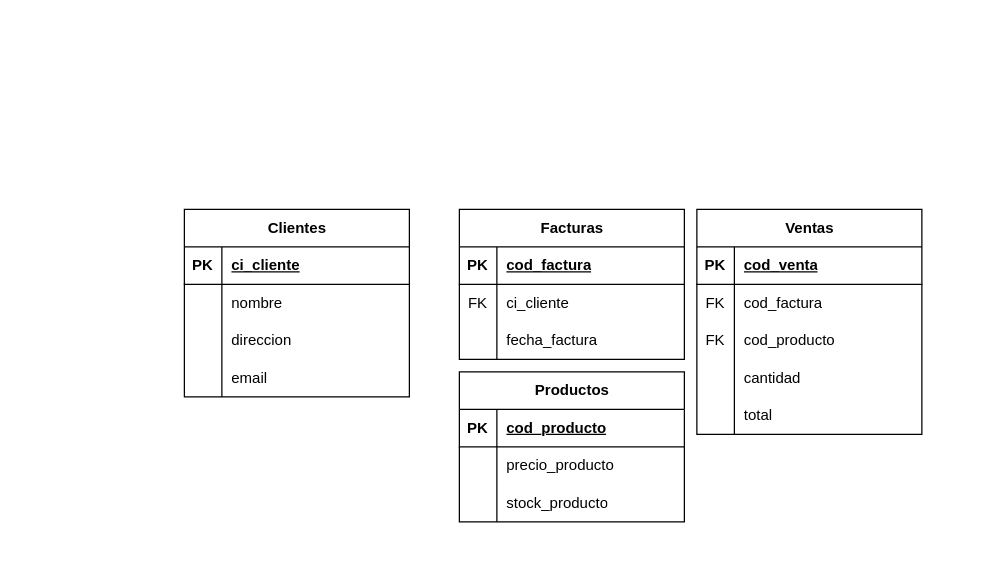
AlbanyNVRodriguez/draw---diagrams keeps this draw.io diagram as page "MR" (1 of 2) of automatizacion - ecommerce.drawio. Above is the earlier version. Source tidied: cells renumbered, new cells numbered last; positions are measured from the earlier drawing's top-left corner, leaving out a move shared by most shapes. Both pictures are drawn from the tidied source at 125%, with x=0, y=0 at pixel (184, 209).
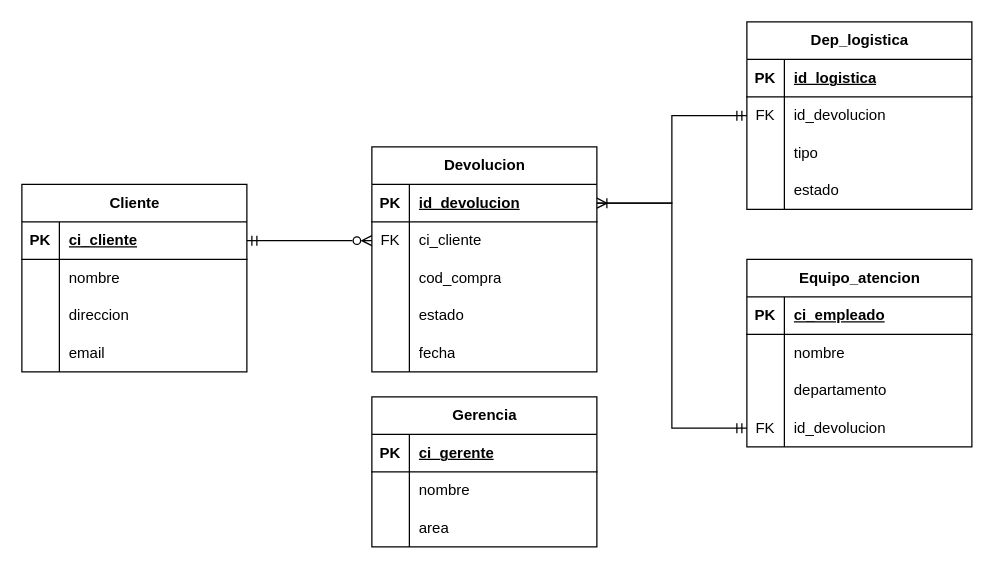
After the change.

The change refers to these unchanged cells:
```xml
<mxCell id="3" style="shape=tableRow;horizontal=0;startSize=0;swimlaneHead=0;swimlaneBody=0;fillColor=none;points=[[0,0.5],[1,0.5]];portConstraint=eastwest;top=0;left=0;right=0;bottom=1;" parent="2" vertex="1">
  <mxGeometry y="30" width="180" height="30" as="geometry" />
</mxCell>
<mxCell id="16" style="shape=tableRow;horizontal=0;startSize=0;swimlaneHead=0;swimlaneBody=0;fillColor=none;top=0;left=0;right=0;bottom=1;" parent="15" vertex="1">
  <mxGeometry y="30" width="180" height="30" as="geometry" />
</mxCell>
<mxCell id="19" style="shape=tableRow;horizontal=0;startSize=0;swimlaneHead=0;swimlaneBody=0;fillColor=none;top=0;left=0;right=0;bottom=0;" parent="15" vertex="1">
  <mxGeometry y="60" width="180" height="30" as="geometry" />
</mxCell>
<mxCell id="32" style="shape=tableRow;horizontal=0;startSize=0;swimlaneHead=0;swimlaneBody=0;fillColor=none;points=[[0,0.5],[1,0.5]];portConstraint=eastwest;top=0;left=0;right=0;bottom=1;" parent="31" vertex="1">
  <mxGeometry y="30" width="180" height="30" as="geometry" />
</mxCell>
<mxCell id="35" style="shape=tableRow;horizontal=0;startSize=0;swimlaneHead=0;swimlaneBody=0;fillColor=none;points=[[0,0.5],[1,0.5]];portConstraint=eastwest;top=0;left=0;right=0;bottom=0;" parent="31" vertex="1">
  <mxGeometry y="60" width="180" height="30" as="geometry" />
</mxCell>
<mxCell id="42" style="shape=tableRow;horizontal=0;startSize=0;swimlaneHead=0;swimlaneBody=0;fillColor=none;top=0;left=0;right=0;bottom=1;" parent="41" vertex="1">
  <mxGeometry y="30" width="180" height="30" as="geometry" />
</mxCell>
<mxCell id="45" style="shape=tableRow;horizontal=0;startSize=0;swimlaneHead=0;swimlaneBody=0;fillColor=none;top=0;left=0;right=0;bottom=0;" parent="41" vertex="1">
  <mxGeometry y="60" width="180" height="30" as="geometry" />
</mxCell>
<mxCell id="48" style="shape=tableRow;horizontal=0;startSize=0;swimlaneHead=0;swimlaneBody=0;fillColor=none;top=0;left=0;right=0;bottom=0;" parent="41" vertex="1">
  <mxGeometry y="90" width="180" height="30" as="geometry" />
</mxCell>
```

Diff of the diagram source:
```diff
@@
-    <mxCell id="2" value="Clientes" style="shape=table;startSize=30;childLayout=tableLayout;rowLines=0;fontStyle=1;align=center;html=1;" parent="1" vertex="1">
-      <mxGeometry width="180" height="150" as="geometry" />
+    <mxCell id="2" value="Cliente" style="shape=table;startSize=30;childLayout=tableLayout;rowLines=0;fontStyle=1;align=center;html=1;" parent="1" vertex="1">
+      <mxGeometry x="-130" y="-20" width="180" height="150" as="geometry" />
     </mxCell>
@@
-    <mxCell id="15" value="Ventas" style="shape=table;startSize=30;childLayout=tableLayout;rowLines=0;fontStyle=1;align=center;html=1;" parent="1" vertex="1">
-      <mxGeometry x="410" width="180" height="180" as="geometry" />
+    <mxCell id="15" value="Dep_logistica" style="shape=table;startSize=30;childLayout=tableLayout;rowLines=0;fontStyle=1;align=center;html=1;" parent="1" vertex="1">
+      <mxGeometry x="450" y="-150" width="180" height="150" as="geometry" />
     </mxCell>
@@
-    <mxCell id="18" value="cod_venta" style="shape=partialRectangle;fillColor=none;top=0;left=0;bottom=0;right=0;align=left;spacingLeft=6;fontStyle=5;overflow=hidden;whiteSpace=wrap;html=1;" parent="16" vertex="1">
+    <mxCell id="18" value="id_logistica" style="shape=partialRectangle;fillColor=none;top=0;left=0;bottom=0;right=0;align=left;spacingLeft=6;fontStyle=5;overflow=hidden;whiteSpace=wrap;html=1;" parent="16" vertex="1">
       <mxGeometry x="30" width="150" height="30" as="geometry" />
     </mxCell>
@@
-    <mxCell id="21" value="cod_factura" style="shape=partialRectangle;fillColor=none;top=0;left=0;bottom=0;right=0;align=left;spacingLeft=6;overflow=hidden;whiteSpace=wrap;html=1;fontStyle=0;" parent="19" vertex="1">
+    <mxCell id="21" value="id_devolucion" style="shape=partialRectangle;fillColor=none;top=0;left=0;bottom=0;right=0;align=left;spacingLeft=6;overflow=hidden;whiteSpace=wrap;html=1;fontStyle=0;" parent="19" vertex="1">
       <mxGeometry x="30" width="150" height="30" as="geometry" />
     </mxCell>
-    <mxCell id="22" style="shape=tableRow;horizontal=0;startSize=0;swimlaneHead=0;swimlaneBody=0;fillColor=none;top=0;left=0;right=0;bottom=0;" parent="15" vertex="1">
-      <mxGeometry y="90" width="180" height="30" as="geometry" />
-    </mxCell>
-    <mxCell id="23" value="FK" style="shape=partialRectangle;fillColor=none;top=0;left=0;bottom=0;right=0;overflow=hidden;whiteSpace=wrap;html=1;" parent="22" vertex="1">
-      <mxGeometry width="30" height="30" as="geometry" />
-    </mxCell>
-    <mxCell id="24" value="cod_producto" style="shape=partialRectangle;fillColor=none;top=0;left=0;bottom=0;right=0;align=left;spacingLeft=6;overflow=hidden;whiteSpace=wrap;html=1;fontStyle=0;" parent="22" vertex="1">
-      <mxGeometry x="30" width="150" height="30" as="geometry" />
-    </mxCell>
     <mxCell id="25" style="shape=tableRow;horizontal=0;startSize=0;swimlaneHead=0;swimlaneBody=0;fillColor=none;top=0;left=0;right=0;bottom=0;" parent="15" vertex="1">
-      <mxGeometry y="120" width="180" height="30" as="geometry" />
+      <mxGeometry y="90" width="180" height="30" as="geometry" />
     </mxCell>
@@
-    <mxCell id="27" value="cantidad" style="shape=partialRectangle;fillColor=none;top=0;left=0;bottom=0;right=0;align=left;spacingLeft=6;overflow=hidden;whiteSpace=wrap;html=1;" parent="25" vertex="1">
+    <mxCell id="27" value="tipo" style="shape=partialRectangle;fillColor=none;top=0;left=0;bottom=0;right=0;align=left;spacingLeft=6;overflow=hidden;whiteSpace=wrap;html=1;" parent="25" vertex="1">
       <mxGeometry x="30" width="150" height="30" as="geometry" />
     </mxCell>
     <mxCell id="28" style="shape=tableRow;horizontal=0;startSize=0;swimlaneHead=0;swimlaneBody=0;fillColor=none;top=0;left=0;right=0;bottom=0;" parent="15" vertex="1">
-      <mxGeometry y="150" width="180" height="30" as="geometry" />
+      <mxGeometry y="120" width="180" height="30" as="geometry" />
     </mxCell>
@@
-    <mxCell id="30" value="&lt;div&gt;&lt;span style=&quot;background-color: initial;&quot;&gt;total&lt;/span&gt;&lt;br&gt;&lt;/div&gt;" style="shape=partialRectangle;fillColor=none;top=0;left=0;bottom=0;right=0;align=left;spacingLeft=6;overflow=hidden;whiteSpace=wrap;html=1;" parent="28" vertex="1">
+    <mxCell id="30" value="&lt;div&gt;&lt;span style=&quot;background-color: initial;&quot;&gt;estado&lt;/span&gt;&lt;br&gt;&lt;/div&gt;" style="shape=partialRectangle;fillColor=none;top=0;left=0;bottom=0;right=0;align=left;spacingLeft=6;overflow=hidden;whiteSpace=wrap;html=1;" parent="28" vertex="1">
       <mxGeometry x="30" width="150" height="30" as="geometry" />
     </mxCell>
-    <mxCell id="31" value="Facturas" style="shape=table;startSize=30;childLayout=tableLayout;rowLines=0;fontStyle=1;align=center;html=1;" parent="1" vertex="1">
-      <mxGeometry x="220" width="180" height="120" as="geometry" />
+    <mxCell id="31" value="Devolucion" style="shape=table;startSize=30;childLayout=tableLayout;rowLines=0;fontStyle=1;align=center;html=1;" parent="1" vertex="1">
+      <mxGeometry x="150" y="-50" width="180" height="180" as="geometry" />
     </mxCell>
@@
-    <mxCell id="34" value="cod_factura" style="shape=partialRectangle;fillColor=none;top=0;left=0;bottom=0;right=0;align=left;spacingLeft=6;fontStyle=5;overflow=hidden;whiteSpace=wrap;html=1;" parent="32" vertex="1">
+    <mxCell id="34" value="id_devolucion" style="shape=partialRectangle;fillColor=none;top=0;left=0;bottom=0;right=0;align=left;spacingLeft=6;fontStyle=5;overflow=hidden;whiteSpace=wrap;html=1;" parent="32" vertex="1">
       <mxGeometry x="30" width="150" height="30" as="geometry" />
     </mxCell>
@@
+    <mxCell id="51" style="shape=tableRow;horizontal=0;startSize=0;swimlaneHead=0;swimlaneBody=0;fillColor=none;top=0;left=0;right=0;bottom=0;" parent="31" vertex="1">
+      <mxGeometry y="90" width="180" height="30" as="geometry" />
+    </mxCell>
+    <mxCell id="52" style="shape=partialRectangle;fillColor=none;top=0;left=0;bottom=0;right=0;overflow=hidden;whiteSpace=wrap;html=1;" parent="51" vertex="1">
+      <mxGeometry width="30" height="30" as="geometry" />
+    </mxCell>
+    <mxCell id="53" value="cod_compra" style="shape=partialRectangle;fillColor=none;top=0;left=0;bottom=0;right=0;align=left;spacingLeft=6;overflow=hidden;whiteSpace=wrap;html=1;" parent="51" vertex="1">
+      <mxGeometry x="30" width="150" height="30" as="geometry" />
+    </mxCell>
+    <mxCell id="54" style="shape=tableRow;horizontal=0;startSize=0;swimlaneHead=0;swimlaneBody=0;fillColor=none;top=0;left=0;right=0;bottom=0;" parent="31" vertex="1">
+      <mxGeometry y="120" width="180" height="30" as="geometry" />
+    </mxCell>
+    <mxCell id="55" style="shape=partialRectangle;fillColor=none;top=0;left=0;bottom=0;right=0;overflow=hidden;whiteSpace=wrap;html=1;" parent="54" vertex="1">
+      <mxGeometry width="30" height="30" as="geometry" />
+    </mxCell>
+    <mxCell id="56" value="estado" style="shape=partialRectangle;fillColor=none;top=0;left=0;bottom=0;right=0;align=left;spacingLeft=6;overflow=hidden;whiteSpace=wrap;html=1;" parent="54" vertex="1">
+      <mxGeometry x="30" width="150" height="30" as="geometry" />
+    </mxCell>
     <mxCell id="38" style="shape=tableRow;horizontal=0;startSize=0;swimlaneHead=0;swimlaneBody=0;fillColor=none;top=0;left=0;right=0;bottom=0;" parent="31" vertex="1">
-      <mxGeometry y="90" width="180" height="30" as="geometry" />
+      <mxGeometry y="150" width="180" height="30" as="geometry" />
     </mxCell>
@@
-    <mxCell id="40" value="fecha_factura" style="shape=partialRectangle;fillColor=none;top=0;left=0;bottom=0;right=0;align=left;spacingLeft=6;overflow=hidden;whiteSpace=wrap;html=1;" parent="38" vertex="1">
+    <mxCell id="40" value="fecha" style="shape=partialRectangle;fillColor=none;top=0;left=0;bottom=0;right=0;align=left;spacingLeft=6;overflow=hidden;whiteSpace=wrap;html=1;" parent="38" vertex="1">
       <mxGeometry x="30" width="150" height="30" as="geometry" />
     </mxCell>
-    <mxCell id="41" value="Productos" style="shape=table;startSize=30;childLayout=tableLayout;rowLines=0;fontStyle=1;align=center;html=1;" parent="1" vertex="1">
-      <mxGeometry x="220" y="130" width="180" height="120" as="geometry" />
+    <mxCell id="41" value="Gerencia" style="shape=table;startSize=30;childLayout=tableLayout;rowLines=0;fontStyle=1;align=center;html=1;" parent="1" vertex="1">
+      <mxGeometry x="150" y="150" width="180" height="120" as="geometry" />
     </mxCell>
@@
-    <mxCell id="44" value="cod_producto" style="shape=partialRectangle;fillColor=none;top=0;left=0;bottom=0;right=0;align=left;spacingLeft=6;fontStyle=5;overflow=hidden;whiteSpace=wrap;html=1;" parent="42" vertex="1">
+    <mxCell id="44" value="ci_gerente" style="shape=partialRectangle;fillColor=none;top=0;left=0;bottom=0;right=0;align=left;spacingLeft=6;fontStyle=5;overflow=hidden;whiteSpace=wrap;html=1;" parent="42" vertex="1">
       <mxGeometry x="30" width="150" height="30" as="geometry" />
     </mxCell>
@@
-    <mxCell id="47" value="precio_producto" style="shape=partialRectangle;fillColor=none;top=0;left=0;bottom=0;right=0;align=left;spacingLeft=6;overflow=hidden;whiteSpace=wrap;html=1;fontStyle=0;" parent="45" vertex="1">
+    <mxCell id="47" value="nombre" style="shape=partialRectangle;fillColor=none;top=0;left=0;bottom=0;right=0;align=left;spacingLeft=6;overflow=hidden;whiteSpace=wrap;html=1;fontStyle=0;" parent="45" vertex="1">
       <mxGeometry x="30" width="150" height="30" as="geometry" />
     </mxCell>
@@
-    <mxCell id="50" value="stock_producto" style="shape=partialRectangle;fillColor=none;top=0;left=0;bottom=0;right=0;align=left;spacingLeft=6;overflow=hidden;whiteSpace=wrap;html=1;" parent="48" vertex="1">
+    <mxCell id="50" value="area" style="shape=partialRectangle;fillColor=none;top=0;left=0;bottom=0;right=0;align=left;spacingLeft=6;overflow=hidden;whiteSpace=wrap;html=1;" parent="48" vertex="1">
       <mxGeometry x="30" width="150" height="30" as="geometry" />
     </mxCell>
+    <mxCell id="57" value="Equipo_atencion" style="shape=table;startSize=30;childLayout=tableLayout;rowLines=0;fontStyle=1;align=center;html=1;" parent="1" vertex="1">
+      <mxGeometry x="450" y="40" width="180" height="150" as="geometry" />
+    </mxCell>
+    <mxCell id="58" style="shape=tableRow;horizontal=0;startSize=0;swimlaneHead=0;swimlaneBody=0;fillColor=none;top=0;left=0;right=0;bottom=1;" parent="57" vertex="1">
+      <mxGeometry y="30" width="180" height="30" as="geometry" />
+    </mxCell>
+    <mxCell id="59" value="PK" style="shape=partialRectangle;fillColor=none;top=0;left=0;bottom=0;right=0;fontStyle=1;overflow=hidden;whiteSpace=wrap;html=1;" parent="58" vertex="1">
+      <mxGeometry width="30" height="30" as="geometry" />
+    </mxCell>
+    <mxCell id="60" value="ci_empleado" style="shape=partialRectangle;fillColor=none;top=0;left=0;bottom=0;right=0;align=left;spacingLeft=6;fontStyle=5;overflow=hidden;whiteSpace=wrap;html=1;" parent="58" vertex="1">
+      <mxGeometry x="30" width="150" height="30" as="geometry" />
+    </mxCell>
+    <mxCell id="61" style="shape=tableRow;horizontal=0;startSize=0;swimlaneHead=0;swimlaneBody=0;fillColor=none;top=0;left=0;right=0;bottom=0;" parent="57" vertex="1">
+      <mxGeometry y="60" width="180" height="30" as="geometry" />
+    </mxCell>
+    <mxCell id="62" style="shape=partialRectangle;fillColor=none;top=0;left=0;bottom=0;right=0;overflow=hidden;whiteSpace=wrap;html=1;" parent="61" vertex="1">
+      <mxGeometry width="30" height="30" as="geometry" />
+    </mxCell>
+    <mxCell id="63" value="nombre" style="shape=partialRectangle;fillColor=none;top=0;left=0;bottom=0;right=0;align=left;spacingLeft=6;overflow=hidden;whiteSpace=wrap;html=1;" parent="61" vertex="1">
+      <mxGeometry x="30" width="150" height="30" as="geometry" />
+    </mxCell>
+    <mxCell id="64" style="shape=tableRow;horizontal=0;startSize=0;swimlaneHead=0;swimlaneBody=0;fillColor=none;top=0;left=0;right=0;bottom=0;" parent="57" vertex="1">
+      <mxGeometry y="90" width="180" height="30" as="geometry" />
+    </mxCell>
+    <mxCell id="65" style="shape=partialRectangle;fillColor=none;top=0;left=0;bottom=0;right=0;overflow=hidden;whiteSpace=wrap;html=1;" parent="64" vertex="1">
+      <mxGeometry width="30" height="30" as="geometry" />
+    </mxCell>
+    <mxCell id="66" value="departamento" style="shape=partialRectangle;fillColor=none;top=0;left=0;bottom=0;right=0;align=left;spacingLeft=6;overflow=hidden;whiteSpace=wrap;html=1;" parent="64" vertex="1">
+      <mxGeometry x="30" width="150" height="30" as="geometry" />
+    </mxCell>
+    <mxCell id="67" style="shape=tableRow;horizontal=0;startSize=0;swimlaneHead=0;swimlaneBody=0;fillColor=none;points=[[0,0.5],[1,0.5]];portConstraint=eastwest;top=0;left=0;right=0;bottom=0;" parent="57" vertex="1">
+      <mxGeometry y="120" width="180" height="30" as="geometry" />
+    </mxCell>
+    <mxCell id="23" value="FK" style="shape=partialRectangle;fillColor=none;top=0;left=0;bottom=0;right=0;overflow=hidden;whiteSpace=wrap;html=1;" parent="67" vertex="1">
+      <mxGeometry width="30" height="30" as="geometry" />
+    </mxCell>
+    <mxCell id="68" value="id_devolucion" style="shape=partialRectangle;fillColor=none;top=0;left=0;bottom=0;right=0;align=left;spacingLeft=6;overflow=hidden;whiteSpace=wrap;html=1;" parent="67" vertex="1">
+      <mxGeometry x="30" width="150" height="30" as="geometry" />
+    </mxCell>
+    <mxCell id="69" style="edgeStyle=orthogonalEdgeStyle;rounded=0;jettySize=auto;html=1;exitX=1;exitY=0.5;exitDx=0;exitDy=0;entryX=0;entryY=0.5;entryDx=0;entryDy=0;endArrow=ERzeroToMany;endFill=0;startArrow=ERmandOne;startFill=0;" parent="1" edge="1" source="3" target="35">
+      <mxGeometry relative="1" as="geometry" />
+    </mxCell>
+    <mxCell id="70" style="edgeStyle=orthogonalEdgeStyle;rounded=0;jettySize=auto;html=1;exitX=1;exitY=0.5;exitDx=0;exitDy=0;entryX=0;entryY=0.5;entryDx=0;entryDy=0;endArrow=ERmandOne;endFill=0;" parent="1" edge="1" source="32" target="15">
+      <mxGeometry relative="1" as="geometry" />
+    </mxCell>
+    <mxCell id="71" style="edgeStyle=orthogonalEdgeStyle;rounded=0;jettySize=auto;html=1;exitX=1;exitY=0.5;exitDx=0;exitDy=0;entryX=0;entryY=0.5;entryDx=0;entryDy=0;endArrow=ERmandOne;endFill=0;startArrow=ERoneToMany;startFill=0;" parent="1" edge="1" source="32" target="67">
+      <mxGeometry relative="1" as="geometry" />
+    </mxCell>
```
